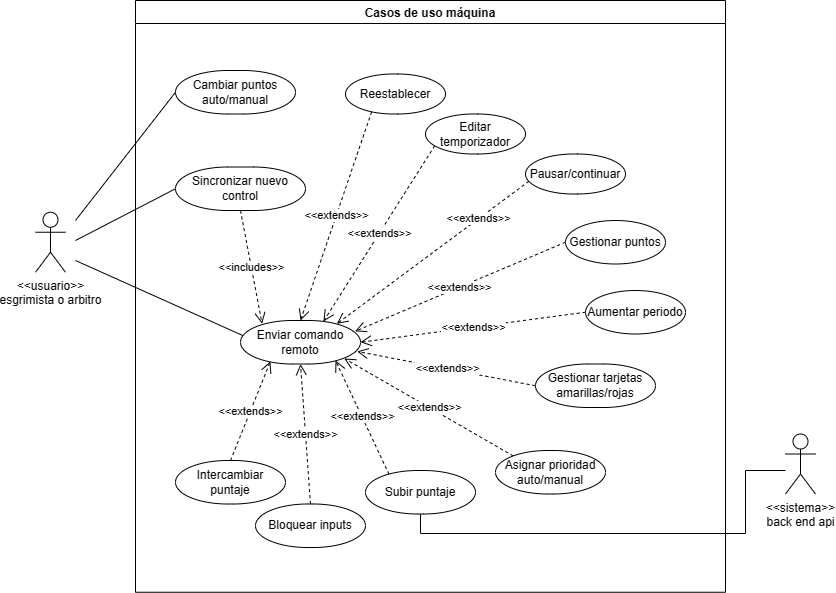
This is Requirements/casos_de_uso_maquina.png from Diego-Hiriart/Capstone_Hiriart-Corales-Samaniego, a draw.io export, as it was before one commit. Source tidied: cells renumbered, new cells last; positions are measured from the earlier drawing's top-left corner, leaving out a move shared by most shapes.
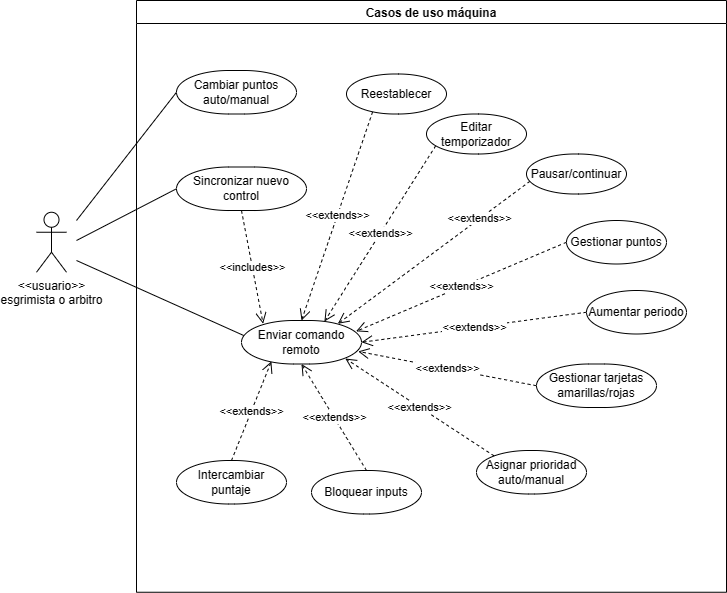
The same diagram one commit later.

Commit message:
fix: remove data upload use case for machine

Diff of the diagram source:
```diff
@@ -5,6 +5,12 @@
     <mxCell id="2" value="Casos de uso máquina" style="swimlane;fillStyle=solid;swimlaneFillColor=default;" parent="1" vertex="1">
       <mxGeometry x="100" width="590" height="591.8" as="geometry" />
     </mxCell>
+    <mxCell id="29" value="Bloquear inputs" style="rounded=1;whiteSpace=wrap;html=1;perimeterSpacing=0;arcSize=120;" parent="2" vertex="1">
+      <mxGeometry x="175" y="470" width="110" height="43.5" as="geometry" />
+    </mxCell>
+    <mxCell id="30" value="Asignar prioridad auto/manual" style="rounded=1;whiteSpace=wrap;html=1;perimeterSpacing=0;arcSize=120;" parent="2" vertex="1">
+      <mxGeometry x="340" y="450" width="110" height="43.5" as="geometry" />
+    </mxCell>
     <mxCell id="3" style="rounded=0;jettySize=auto;html=1;entryX=0;entryY=0.5;entryDx=0;entryDy=0;jumpStyle=arc;endArrow=none;endFill=0;" parent="1" edge="1" target="21">
       <mxGeometry relative="1" as="geometry">
         <mxPoint x="40" y="240" as="sourcePoint" />
@@ -35,11 +41,6 @@
     <mxCell id="10" value="&amp;lt;&amp;lt;extends&amp;gt;&amp;gt;" style="endArrow=open;endSize=9;endFill=0;html=1;rounded=0;dashed=1;entryX=0.5;entryY=1;entryDx=0;entryDy=0;exitX=0.5;exitY=0;exitDx=0;exitDy=0;" parent="1" edge="1" source="29" target="7">
       <mxGeometry relative="1" as="geometry" />
     </mxCell>
-    <mxCell id="11" value="&amp;lt;&amp;lt;extends&amp;gt;&amp;gt;" style="endArrow=open;endSize=9;endFill=0;html=1;rounded=0;dashed=1;exitX=0.214;exitY=0.086;exitDx=0;exitDy=0;exitPerimeter=0;" parent="1" edge="1" source="28">
-      <mxGeometry relative="1" as="geometry">
-        <mxPoint x="300" y="360" as="targetPoint" />
-      </mxGeometry>
-    </mxCell>
     <mxCell id="12" value="&amp;lt;&amp;lt;extends&amp;gt;&amp;gt;" style="endArrow=open;endSize=9;endFill=0;html=1;rounded=0;dashed=1;entryX=0.865;entryY=0.874;entryDx=0;entryDy=0;exitX=0.16;exitY=0.124;exitDx=0;exitDy=0;entryPerimeter=0;exitPerimeter=0;" parent="1" edge="1" source="30" target="7">
       <mxGeometry relative="1" as="geometry" />
     </mxCell>
@@ -88,27 +89,5 @@
     <mxCell id="27" value="Gestionar tarjetas amarillas/rojas" style="rounded=1;whiteSpace=wrap;html=1;perimeterSpacing=0;arcSize=120;" parent="1" vertex="1">
       <mxGeometry x="500" y="363.5" width="120" height="43.5" as="geometry" />
     </mxCell>
-    <mxCell id="28" value="Subir puntaje" style="rounded=1;whiteSpace=wrap;html=1;perimeterSpacing=0;arcSize=120;" parent="1" vertex="1">
-      <mxGeometry x="330" y="470" width="110" height="43.5" as="geometry" />
-    </mxCell>
-    <mxCell id="29" value="Bloquear inputs" style="rounded=1;whiteSpace=wrap;html=1;perimeterSpacing=0;arcSize=120;" parent="1" vertex="1">
-      <mxGeometry x="220" y="503.5" width="110" height="43.5" as="geometry" />
-    </mxCell>
-    <mxCell id="30" value="Asignar prioridad auto/manual" style="rounded=1;whiteSpace=wrap;html=1;perimeterSpacing=0;arcSize=120;" parent="1" vertex="1">
-      <mxGeometry x="460" y="450" width="110" height="43.5" as="geometry" />
-    </mxCell>
-    <mxCell id="31" value="&amp;lt;&amp;lt;sistema&amp;gt;&amp;gt;&lt;br&gt;back end api" style="shape=umlActor;verticalLabelPosition=bottom;verticalAlign=top;html=1;" parent="1" vertex="1">
-      <mxGeometry x="750" y="433.5" width="30" height="60" as="geometry" />
-    </mxCell>
-    <mxCell id="32" style="rounded=0;jettySize=auto;html=1;jumpStyle=arc;endArrow=none;endFill=0;exitX=0.5;exitY=1;exitDx=0;exitDy=0;edgeStyle=orthogonalEdgeStyle;" parent="1" edge="1" source="28">
-      <mxGeometry relative="1" as="geometry">
-        <mxPoint x="750" y="470" as="targetPoint" />
-        <Array as="points">
-          <mxPoint x="385" y="533" />
-          <mxPoint x="710" y="533" />
-          <mxPoint x="710" y="470" />
-        </Array>
-      </mxGeometry>
-    </mxCell>
   </root>
 </mxGraphModel>
```
